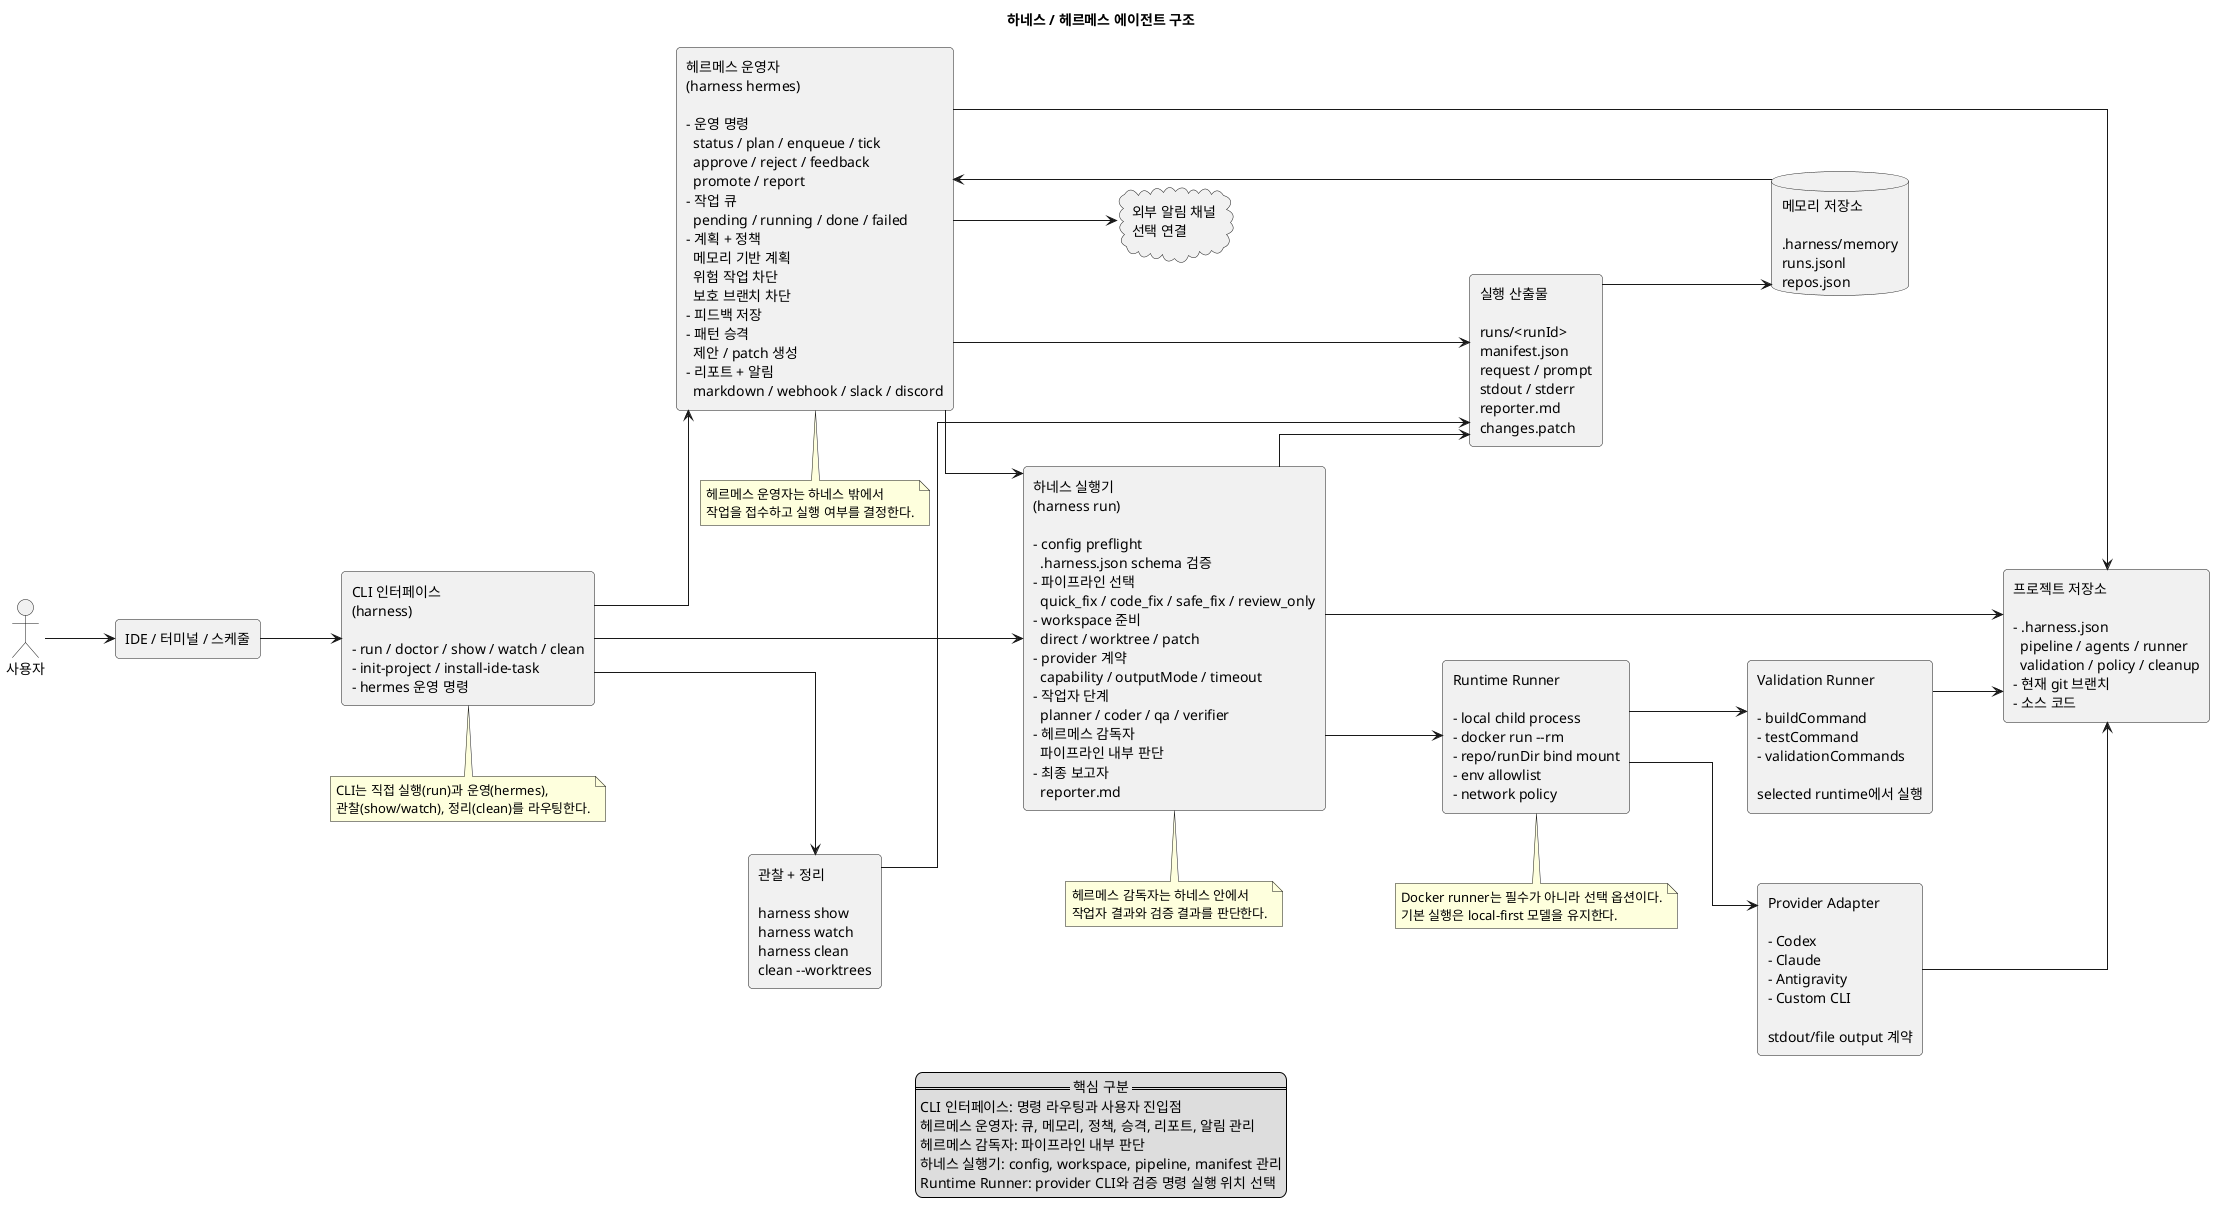
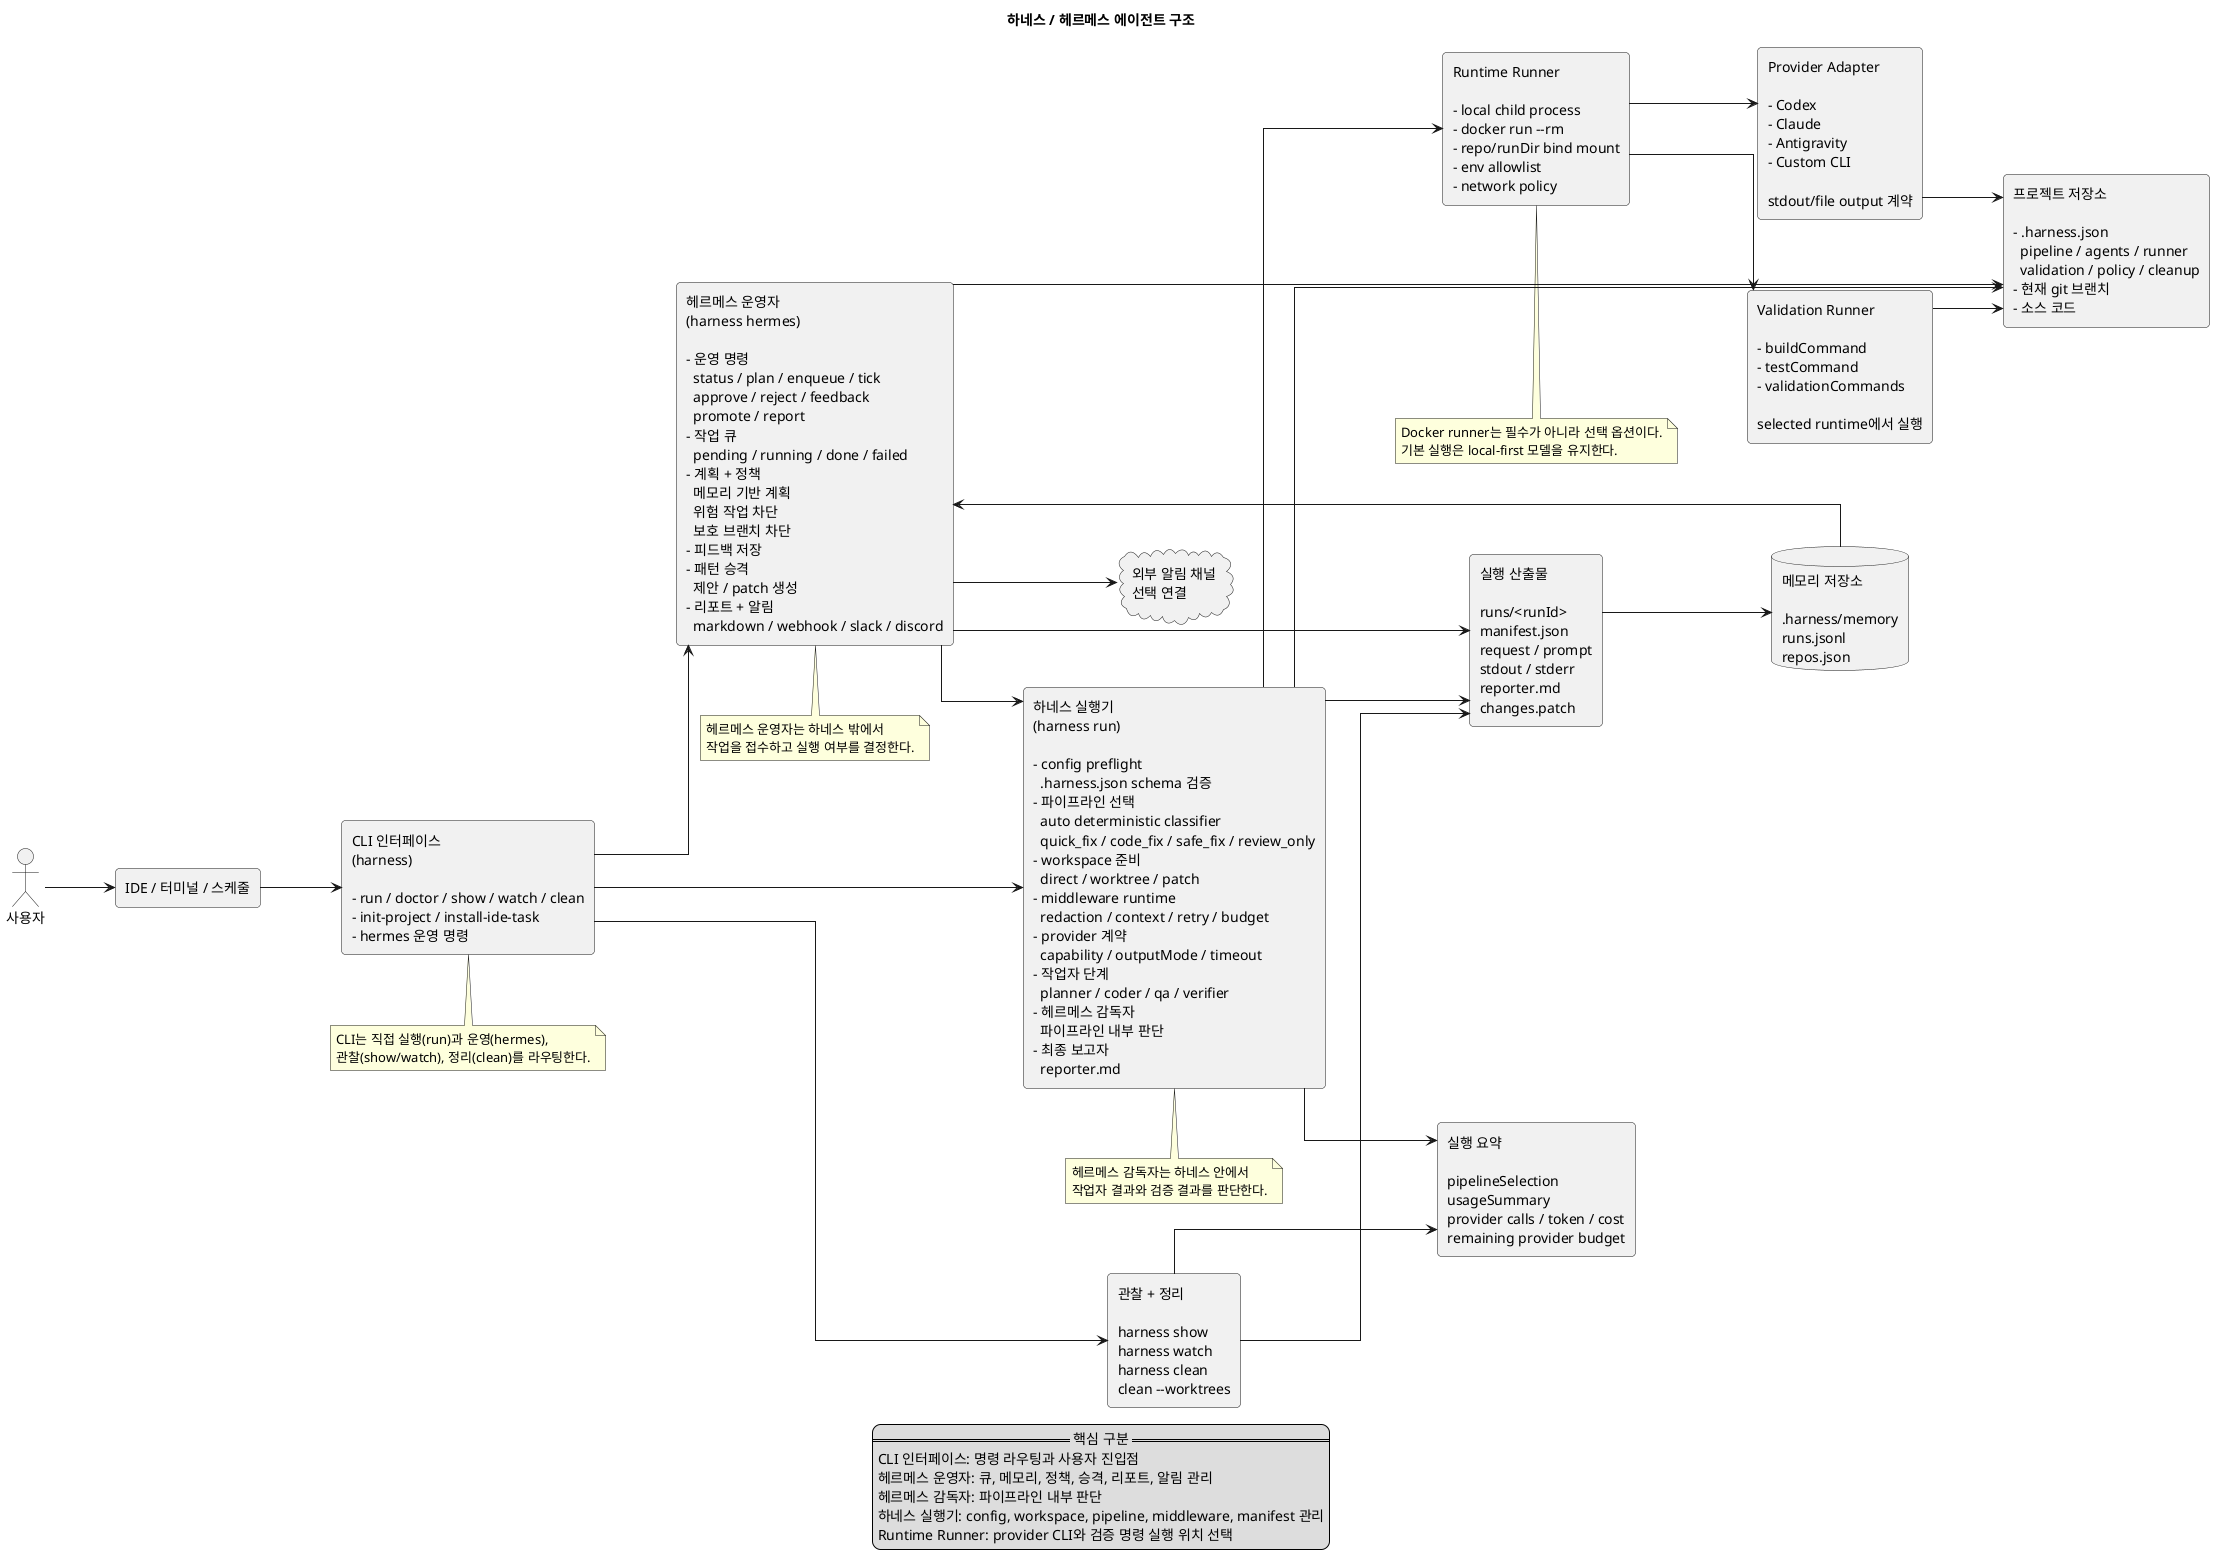
@startuml hermes_harness_architecture
title 하네스 / 헤르메스 에이전트 구조

left to right direction
skinparam shadowing false
skinparam componentStyle rectangle
skinparam packageStyle rectangle
skinparam linetype ortho
skinparam defaultFontName "Apple SD Gothic Neo"
skinparam rectangle {
  RoundCorner 8
}
skinparam nodesep 70
skinparam ranksep 70

actor "사용자" as user
rectangle "IDE / 터미널 / 스케줄" as input

rectangle "CLI 인터페이스\n(harness)\n\n- run / doctor / show / watch / clean\n- init-project / install-ide-task\n- hermes 운영 명령" as cli

rectangle "헤르메스 운영자\n(harness hermes)\n\n- 운영 명령\n  status / plan / enqueue / tick\n  approve / reject / feedback\n  promote / report\n- 작업 큐\n  pending / running / done / failed\n- 계획 + 정책\n  메모리 기반 계획\n  위험 작업 차단\n  보호 브랜치 차단\n- 피드백 저장\n- 패턴 승격\n  제안 / patch 생성\n- 리포트 + 알림\n  markdown / webhook / slack / discord" as hermes

- rectangle "하네스 실행기\n(harness run)\n\n- config preflight\n  .harness.json schema 검증\n- 파이프라인 선택\n  quick_fix / code_fix / safe_fix / review_only\n- workspace 준비\n  direct / worktree / patch\n- provider 계약\n  capability / outputMode / timeout\n- 작업자 단계\n  planner / coder / qa / verifier\n- 헤르메스 감독자\n  파이프라인 내부 판단\n- 최종 보고자\n  reporter.md" as runtime
+ rectangle "하네스 실행기\n(harness run)\n\n- config preflight\n  .harness.json schema 검증\n- 파이프라인 선택\n  auto deterministic classifier\n  quick_fix / code_fix / safe_fix / review_only\n- workspace 준비\n  direct / worktree / patch\n- middleware runtime\n  redaction / context / retry / budget\n- provider 계약\n  capability / outputMode / timeout\n- 작업자 단계\n  planner / coder / qa / verifier\n- 헤르메스 감독자\n  파이프라인 내부 판단\n- 최종 보고자\n  reporter.md" as runtime

rectangle "Runtime Runner\n\n- local child process\n- docker run --rm\n- repo/runDir bind mount\n- env allowlist\n- network policy" as runner

rectangle "Provider Adapter\n\n- Codex\n- Claude\n- Antigravity\n- Custom CLI\n\nstdout/file output 계약" as provider

rectangle "Validation Runner\n\n- buildCommand\n- testCommand\n- validationCommands\n\nselected runtime에서 실행" as validation

rectangle "프로젝트 저장소\n\n- .harness.json\n  pipeline / agents / runner\n  validation / policy / cleanup\n- 현재 git 브랜치\n- 소스 코드" as project

database "메모리 저장소\n\n.harness/memory\nruns.jsonl\nrepos.json" as memory

rectangle "실행 산출물\n\nruns/<runId>\nmanifest.json\nrequest / prompt\nstdout / stderr\nreporter.md\nchanges.patch" as artifacts
+ 
+ rectangle "실행 요약\n\npipelineSelection\nusageSummary\nprovider calls / token / cost\nremaining provider budget" as summary

rectangle "관찰 + 정리\n\nharness show\nharness watch\nharness clean\nclean --worktrees" as observe

cloud "외부 알림 채널\n선택 연결" as external

user --> input
input --> cli

cli --> runtime
cli --> hermes
cli --> observe
hermes --> runtime
runtime --> project
runtime --> runner
runtime --> artifacts
+ runtime --> summary
runner --> provider
runner --> validation
provider --> project
validation --> project
artifacts --> memory
memory --> hermes
observe --> artifacts
+ observe --> summary

hermes --> project
hermes --> artifacts
hermes --> external

note bottom of cli
CLI는 직접 실행(run)과 운영(hermes),
관찰(show/watch), 정리(clean)를 라우팅한다.
end note

note bottom of hermes
헤르메스 운영자는 하네스 밖에서
작업을 접수하고 실행 여부를 결정한다.
end note

note bottom of runtime
헤르메스 감독자는 하네스 안에서
작업자 결과와 검증 결과를 판단한다.
end note

note bottom of runner
Docker runner는 필수가 아니라 선택 옵션이다.
기본 실행은 local-first 모델을 유지한다.
end note

legend bottom
  == 핵심 구분 ==
  CLI 인터페이스: 명령 라우팅과 사용자 진입점
  헤르메스 운영자: 큐, 메모리, 정책, 승격, 리포트, 알림 관리
  헤르메스 감독자: 파이프라인 내부 판단
-   하네스 실행기: config, workspace, pipeline, manifest 관리
+   하네스 실행기: config, workspace, pipeline, middleware, manifest 관리
  Runtime Runner: provider CLI와 검증 명령 실행 위치 선택
endlegend

@enduml
